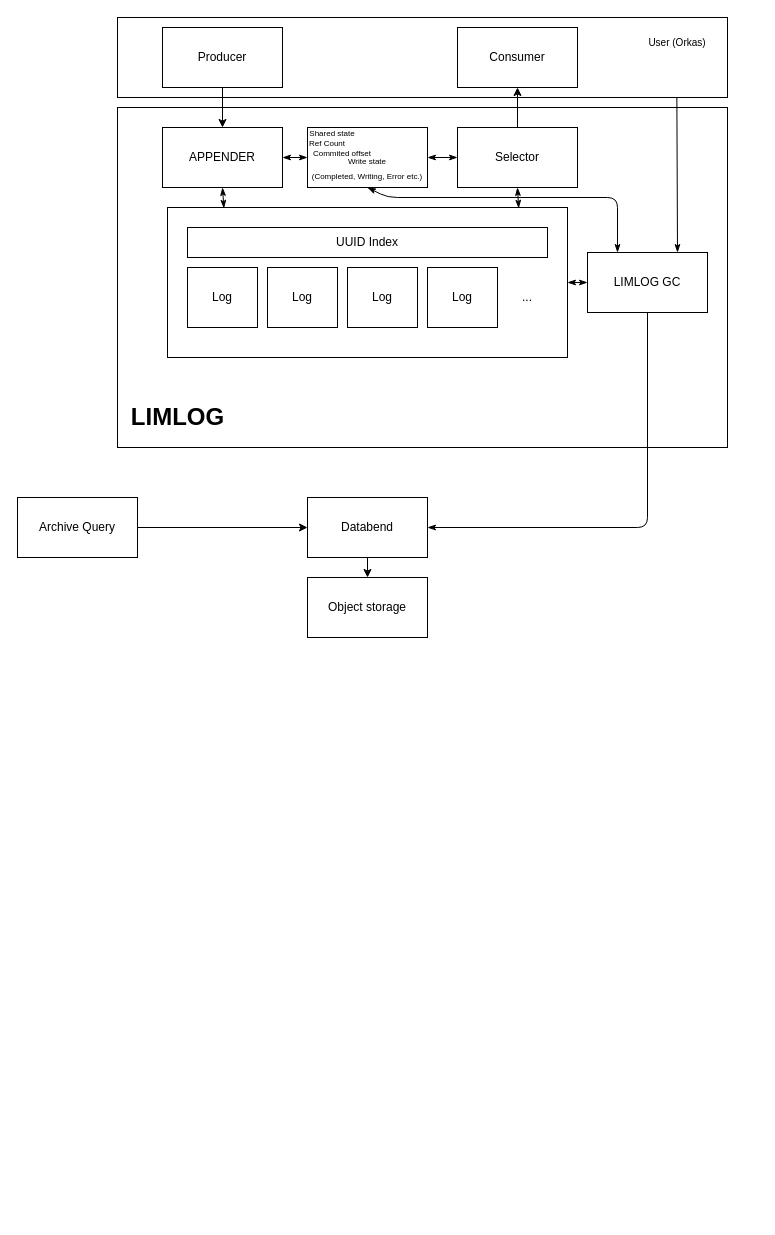
Limit-LAB/limlog keeps this draw.io diagram as arch.drawio. Above is the earlier version. Source tidied: cells renumbered, new cells numbered last; positions are measured from the earlier drawing's top-left corner, leaving out a move shared by most shapes. Both pictures are drawn from the tidied source at 100%, with x=0, y=0 at pixel (17, 17).
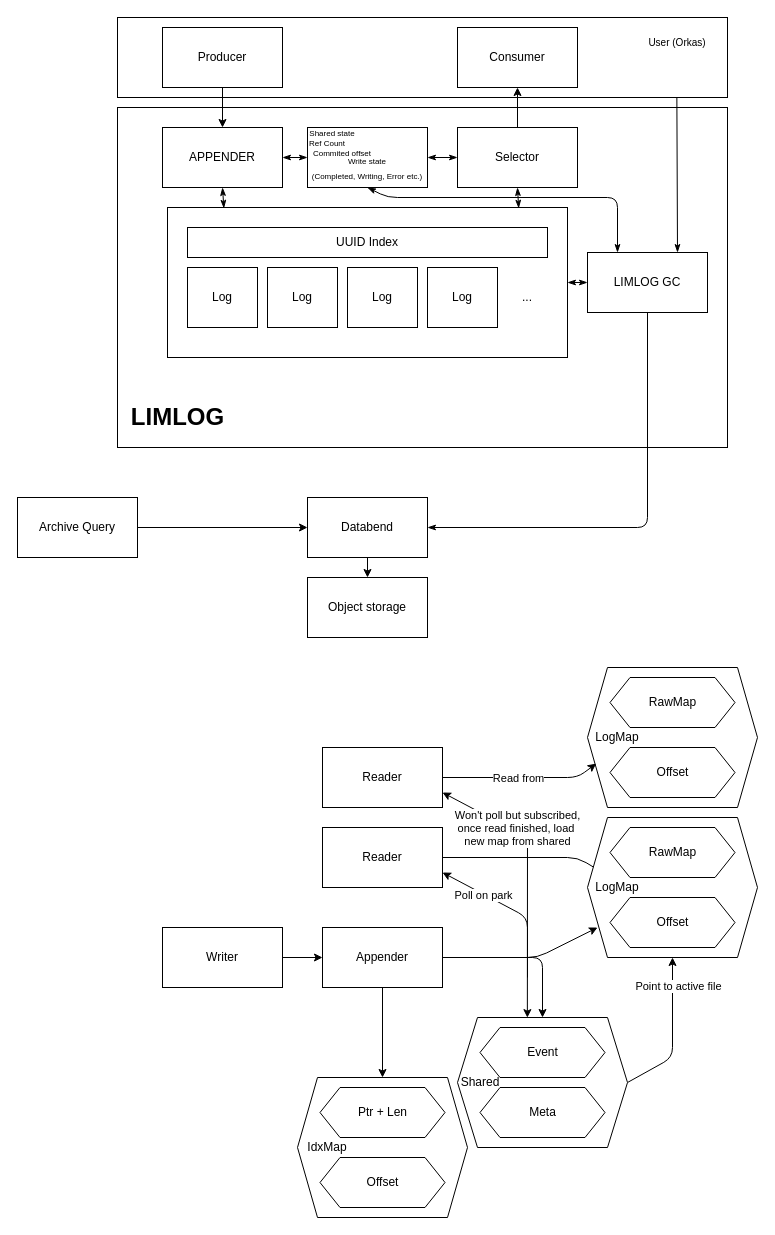
The same diagram, later.

What changed in the source:
```diff
@@
+    <mxCell id="39" style="edgeStyle=none;html=1;entryX=0.25;entryY=0;entryDx=0;entryDy=0;" parent="1" edge="1" source="40" target="65">
+      <mxGeometry relative="1" as="geometry">
+        <Array as="points">
+          <mxPoint x="560" y="840" />
+        </Array>
+      </mxGeometry>
+    </mxCell>
+    <mxCell id="40" value="Reader" style="rounded=0;whiteSpace=wrap;html=1;" parent="1" vertex="1">
+      <mxGeometry x="305" y="810" width="120" height="60" as="geometry" />
+    </mxCell>
+    <mxCell id="41" style="edgeStyle=none;html=1;entryX=0.059;entryY=0.786;entryDx=0;entryDy=0;entryPerimeter=0;" parent="1" edge="1" source="44" target="62">
+      <mxGeometry relative="1" as="geometry">
+        <Array as="points">
+          <mxPoint x="520" y="940" />
+        </Array>
+      </mxGeometry>
+    </mxCell>
+    <mxCell id="42" style="edgeStyle=none;html=1;exitX=1;exitY=0.5;exitDx=0;exitDy=0;entryX=0.5;entryY=0;entryDx=0;entryDy=0;" parent="1" edge="1" source="44" target="77">
+      <mxGeometry relative="1" as="geometry">
+        <Array as="points">
+          <mxPoint x="525" y="940" />
+        </Array>
+      </mxGeometry>
+    </mxCell>
+    <mxCell id="43" style="edgeStyle=none;html=1;exitX=0.5;exitY=1;exitDx=0;exitDy=0;entryX=0.5;entryY=0;entryDx=0;entryDy=0;" parent="1" edge="1" source="44" target="72">
+      <mxGeometry relative="1" as="geometry" />
+    </mxCell>
+    <mxCell id="44" value="Appender" style="rounded=0;whiteSpace=wrap;html=1;" parent="1" vertex="1">
+      <mxGeometry x="305" y="910" width="120" height="60" as="geometry" />
+    </mxCell>
+    <mxCell id="45" style="edgeStyle=none;html=1;entryX=0;entryY=0.5;entryDx=0;entryDy=0;" parent="1" edge="1" source="46" target="44">
+      <mxGeometry relative="1" as="geometry" />
+    </mxCell>
+    <mxCell id="46" value="Writer" style="rounded=0;whiteSpace=wrap;html=1;" parent="1" vertex="1">
+      <mxGeometry x="145" y="910" width="120" height="60" as="geometry" />
+    </mxCell>
+    <mxCell id="47" style="edgeStyle=none;html=1;entryX=1;entryY=0.75;entryDx=0;entryDy=0;" parent="1" edge="1" target="40">
+      <mxGeometry relative="1" as="geometry">
+        <mxPoint x="510" y="960" as="sourcePoint" />
+        <Array as="points">
+          <mxPoint x="510" y="900" />
+        </Array>
+      </mxGeometry>
+    </mxCell>
+    <mxCell id="48" value="Poll on park" style="edgeLabel;html=1;align=center;verticalAlign=middle;" parent="47" vertex="1">
+      <mxGeometry x="0.41" y="1" relative="1" as="geometry" />
+    </mxCell>
+    <mxCell id="49" style="edgeStyle=none;html=1;exitX=0.411;exitY=0.001;exitDx=0;exitDy=0;entryX=1;entryY=0.75;entryDx=0;entryDy=0;exitPerimeter=0;startArrow=classic;startFill=1;" parent="1" edge="1" source="77" target="59">
+      <mxGeometry relative="1" as="geometry">
+        <Array as="points">
+          <mxPoint x="510" y="820" />
+        </Array>
+      </mxGeometry>
+    </mxCell>
+    <mxCell id="50" value="Won't poll but subscribed,&lt;br&gt;once read finished, load&amp;nbsp;&lt;br&gt;new map from shared" style="edgeLabel;html=1;align=center;verticalAlign=middle;" parent="49" vertex="1">
+      <mxGeometry x="-0.05" y="-3" relative="1" as="geometry">
+        <mxPoint x="-13" y="-59" as="offset" />
+      </mxGeometry>
+    </mxCell>
+    <mxCell id="51" style="group;" parent="1" vertex="1">
+      <mxGeometry x="570" y="650" width="170" height="140" as="geometry" />
+    </mxCell>
+    <mxCell id="52" style="group;" parent="51" vertex="1">
+      <mxGeometry x="-10" width="180" height="140" as="geometry" />
+    </mxCell>
+    <mxCell id="53" style="shape=hexagon;perimeter=hexagonPerimeter2;whiteSpace=wrap;html=1;fixedSize=1;" parent="52" vertex="1">
+      <mxGeometry x="10" width="170" height="140" as="geometry" />
+    </mxCell>
+    <mxCell id="54" value="RawMap" style="shape=hexagon;perimeter=hexagonPerimeter2;whiteSpace=wrap;html=1;fixedSize=1;" parent="52" vertex="1">
+      <mxGeometry x="32.5" y="10" width="125" height="50" as="geometry" />
+    </mxCell>
+    <mxCell id="55" value="Offset" style="shape=hexagon;perimeter=hexagonPerimeter2;whiteSpace=wrap;html=1;fixedSize=1;" parent="52" vertex="1">
+      <mxGeometry x="32.5" y="80" width="125" height="50" as="geometry" />
+    </mxCell>
+    <mxCell id="56" value="LogMap" style="text;html=1;strokeColor=none;fillColor=none;align=center;verticalAlign=middle;whiteSpace=wrap;rounded=0;" parent="52" vertex="1">
+      <mxGeometry x="10" y="55" width="60" height="30" as="geometry" />
+    </mxCell>
+    <mxCell id="57" style="edgeStyle=none;html=1;entryX=0.051;entryY=0.687;entryDx=0;entryDy=0;entryPerimeter=0;" parent="1" edge="1" source="59" target="53">
+      <mxGeometry relative="1" as="geometry">
+        <Array as="points">
+          <mxPoint x="560" y="760" />
+        </Array>
+      </mxGeometry>
+    </mxCell>
+    <mxCell id="58" value="Read from" style="edgeLabel;html=1;align=center;verticalAlign=middle;" parent="57" vertex="1">
+      <mxGeometry x="-0.06" y="3" relative="1" as="geometry">
+        <mxPoint x="1" y="3" as="offset" />
+      </mxGeometry>
+    </mxCell>
+    <mxCell id="59" value="Reader" style="rounded=0;whiteSpace=wrap;html=1;" parent="1" vertex="1">
+      <mxGeometry x="305" y="730" width="120" height="60" as="geometry" />
+    </mxCell>
+    <mxCell id="60" style="group;" parent="1" vertex="1">
+      <mxGeometry x="570" y="800" width="170" height="140" as="geometry" />
+    </mxCell>
+    <mxCell id="61" style="group;" parent="60" vertex="1">
+      <mxGeometry x="-10" width="180" height="140" as="geometry" />
+    </mxCell>
+    <mxCell id="62" style="shape=hexagon;perimeter=hexagonPerimeter2;whiteSpace=wrap;html=1;fixedSize=1;" parent="61" vertex="1">
+      <mxGeometry x="10" width="170" height="140" as="geometry" />
+    </mxCell>
+    <mxCell id="63" value="RawMap" style="shape=hexagon;perimeter=hexagonPerimeter2;whiteSpace=wrap;html=1;fixedSize=1;" parent="61" vertex="1">
+      <mxGeometry x="32.5" y="10" width="125" height="50" as="geometry" />
+    </mxCell>
+    <mxCell id="64" value="Offset" style="shape=hexagon;perimeter=hexagonPerimeter2;whiteSpace=wrap;html=1;fixedSize=1;" parent="61" vertex="1">
+      <mxGeometry x="32.5" y="80" width="125" height="50" as="geometry" />
+    </mxCell>
+    <mxCell id="65" value="LogMap" style="text;html=1;strokeColor=none;fillColor=none;align=center;verticalAlign=middle;whiteSpace=wrap;rounded=0;" parent="61" vertex="1">
+      <mxGeometry x="10" y="55" width="60" height="30" as="geometry" />
+    </mxCell>
+    <mxCell id="66" style="edgeStyle=none;html=1;exitX=1;exitY=0.5;exitDx=0;exitDy=0;entryX=0.5;entryY=1;entryDx=0;entryDy=0;" parent="1" edge="1" source="77" target="62">
+      <mxGeometry relative="1" as="geometry">
+        <Array as="points">
+          <mxPoint x="655" y="1040" />
+        </Array>
+      </mxGeometry>
+    </mxCell>
+    <mxCell id="67" value="Point to active file" style="edgeLabel;html=1;align=center;verticalAlign=middle;" parent="66" vertex="1">
+      <mxGeometry x="0.13" y="3" relative="1" as="geometry">
+        <mxPoint x="8" y="-37" as="offset" />
+      </mxGeometry>
+    </mxCell>
+    <mxCell id="68" style="group;" parent="1" vertex="1">
+      <mxGeometry x="280" y="1060" width="170" height="140" as="geometry" />
+    </mxCell>
+    <mxCell id="69" style="group;" parent="68" vertex="1">
+      <mxGeometry x="-10" width="180" height="140" as="geometry" />
+    </mxCell>
+    <mxCell id="70" style="group;" parent="69" vertex="1">
+      <mxGeometry x="10" width="170" height="140" as="geometry" />
+    </mxCell>
+    <mxCell id="71" style="group;" parent="70" vertex="1">
+      <mxGeometry width="170" height="140" as="geometry" />
+    </mxCell>
+    <mxCell id="72" style="shape=hexagon;perimeter=hexagonPerimeter2;whiteSpace=wrap;html=1;fixedSize=1;" parent="71" vertex="1">
+      <mxGeometry width="170" height="140" as="geometry" />
+    </mxCell>
+    <mxCell id="73" value="Ptr + Len" style="shape=hexagon;perimeter=hexagonPerimeter2;whiteSpace=wrap;html=1;fixedSize=1;" parent="71" vertex="1">
+      <mxGeometry x="22.5" y="10" width="125" height="50" as="geometry" />
+    </mxCell>
+    <mxCell id="74" value="Offset" style="shape=hexagon;perimeter=hexagonPerimeter2;whiteSpace=wrap;html=1;fixedSize=1;" parent="71" vertex="1">
+      <mxGeometry x="22.5" y="80" width="125" height="50" as="geometry" />
+    </mxCell>
+    <mxCell id="75" value="IdxMap" style="text;html=1;strokeColor=none;fillColor=none;align=center;verticalAlign=middle;whiteSpace=wrap;rounded=0;" parent="71" vertex="1">
+      <mxGeometry y="55" width="60" height="30" as="geometry" />
+    </mxCell>
+    <mxCell id="76" style="group;" parent="1" vertex="1">
+      <mxGeometry x="440" y="1000" width="170" height="130" as="geometry" />
+    </mxCell>
+    <mxCell id="77" style="shape=hexagon;perimeter=hexagonPerimeter2;whiteSpace=wrap;html=1;fixedSize=1;" parent="76" vertex="1">
+      <mxGeometry width="170" height="130" as="geometry" />
+    </mxCell>
+    <mxCell id="78" value="Event" style="shape=hexagon;perimeter=hexagonPerimeter2;whiteSpace=wrap;html=1;fixedSize=1;" parent="76" vertex="1">
+      <mxGeometry x="22.5" y="10" width="125" height="50" as="geometry" />
+    </mxCell>
+    <mxCell id="79" value="Meta" style="shape=hexagon;perimeter=hexagonPerimeter2;whiteSpace=wrap;html=1;fixedSize=1;" parent="76" vertex="1">
+      <mxGeometry x="22.5" y="70" width="125" height="50" as="geometry" />
+    </mxCell>
+    <mxCell id="80" value="Shared" style="text;html=1;strokeColor=none;fillColor=none;align=center;verticalAlign=middle;whiteSpace=wrap;rounded=0;" parent="76" vertex="1">
+      <mxGeometry x="-7" y="50" width="60" height="30" as="geometry" />
+    </mxCell>
```
